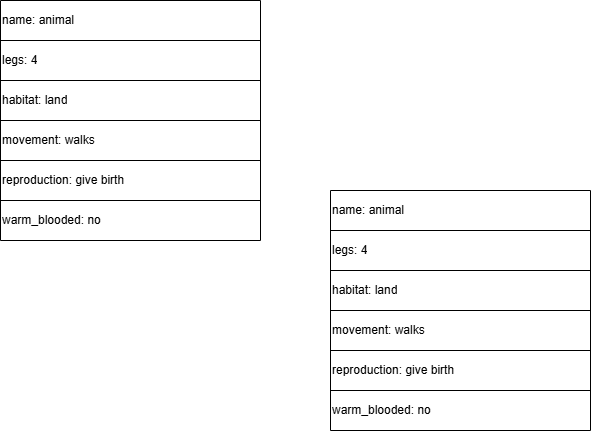
This is Intelligent System/myFrame.drawio.png from another4433/another4433, a draw.io export, as it was before one commit. Source tidied: cells renumbered, new cells last; positions are measured from the earlier drawing's top-left corner, leaving out a move shared by most shapes.
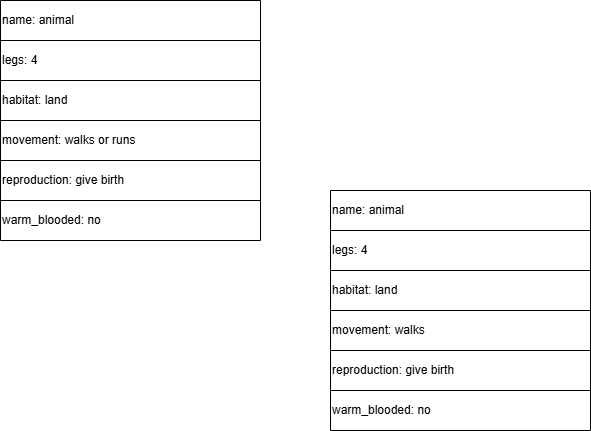
Above is the later version.

Change to the diagram source:
```diff
@@ -26,7 +26,7 @@
     <mxCell id="9" style="shape=tableRow;horizontal=0;startSize=0;swimlaneHead=0;swimlaneBody=0;strokeColor=inherit;top=0;left=0;bottom=0;right=0;fillColor=none;" parent="2" vertex="1">
       <mxGeometry y="120" width="260" height="40" as="geometry" />
     </mxCell>
-    <mxCell id="10" value="movement: walks" style="shape=partialRectangle;html=1;whiteSpace=wrap;strokeColor=inherit;overflow=hidden;fillColor=none;top=0;left=0;bottom=0;right=0;align=left;" parent="9" vertex="1">
+    <mxCell id="10" value="movement: walks or runs" style="shape=partialRectangle;html=1;whiteSpace=wrap;strokeColor=inherit;overflow=hidden;fillColor=none;top=0;left=0;bottom=0;right=0;align=left;" parent="9" vertex="1">
       <mxGeometry width="260" height="40" as="geometry" />
     </mxCell>
     <mxCell id="11" style="shape=tableRow;horizontal=0;startSize=0;swimlaneHead=0;swimlaneBody=0;strokeColor=inherit;top=0;left=0;bottom=0;right=0;fillColor=none;" parent="2" vertex="1">
```
